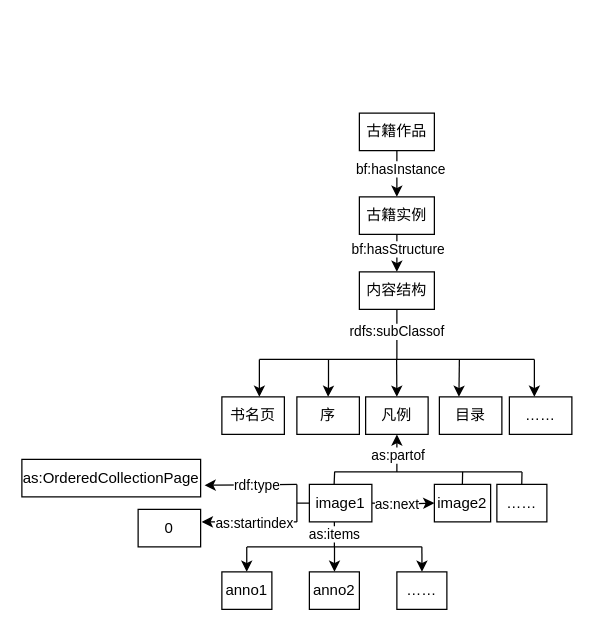
The draw.io diagram 未命名绘图.drawio in AzraelFuneral/JCZX_AssetTool, before the edit. Source tidied: cells renumbered, new cells numbered last; positions are measured from the earlier drawing's top-left corner, leaving out a move shared by most shapes. Both pictures are drawn from the tidied source at 125%, with x=0, y=0 at pixel (21, 112).
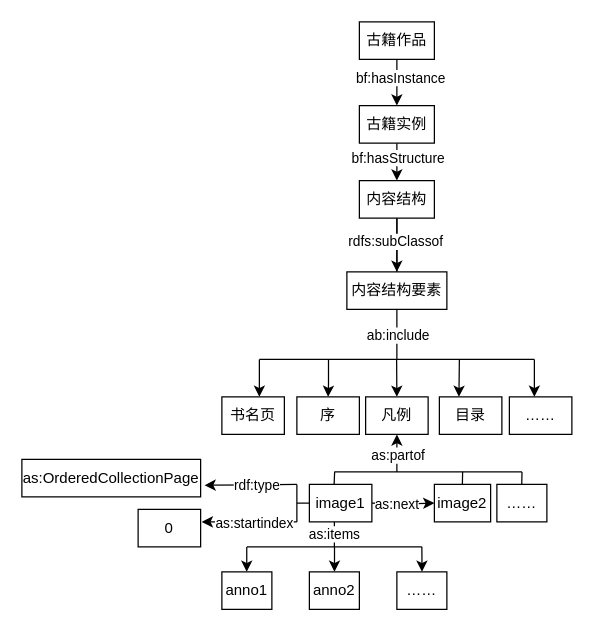
After the change.

Commit message:
更新未命名绘图.drawio

What changed in the source:
```diff
@@
     <mxCell id="4" value="古籍作品" style="rounded=0;whiteSpace=wrap;html=1;" parent="1" vertex="1">
-      <mxGeometry x="270" width="60" height="30" as="geometry" />
+      <mxGeometry x="270" y="-73" width="60" height="30" as="geometry" />
     </mxCell>
@@
     <mxCell id="7" value="古籍实例" style="rounded=0;whiteSpace=wrap;html=1;" parent="1" vertex="1">
-      <mxGeometry x="270" y="67" width="60" height="30" as="geometry" />
+      <mxGeometry x="270" y="-6" width="60" height="30" as="geometry" />
     </mxCell>
+    <mxCell id="50" style="edgeStyle=orthogonalEdgeStyle;rounded=0;jettySize=auto;html=1;" parent="1" edge="1" source="8" target="51">
+      <mxGeometry relative="1" as="geometry" />
+    </mxCell>
     <mxCell id="8" value="内容结构" style="rounded=0;whiteSpace=wrap;html=1;" parent="1" vertex="1">
-      <mxGeometry x="270" y="127" width="60" height="30" as="geometry" />
+      <mxGeometry x="270" y="54" width="60" height="30" as="geometry" />
     </mxCell>
@@
     <mxCell id="10" style="endArrow=none;html=1;rounded=0;entryX=0.5;entryY=1;entryDx=0;entryDy=0;" parent="1" edge="1" target="8">
       <mxGeometry relative="1" as="geometry">
-        <mxPoint x="300" y="197" as="sourcePoint" />
+        <mxPoint x="300" y="137" as="sourcePoint" />
       </mxGeometry>
     </mxCell>
     <mxCell id="11" value="rdfs:subClassof" style="edgeLabel;html=1;align=center;verticalAlign=middle;" parent="10" vertex="1">
-      <mxGeometry x="0.16" y="1" relative="1" as="geometry" />
+      <mxGeometry x="0.31" y="2" relative="1" as="geometry" />
     </mxCell>
@@
+    <mxCell id="51" value="内容结构要素" style="rounded=0;whiteSpace=wrap;html=1;" parent="1" vertex="1">
+      <mxGeometry x="260" y="127" width="80" height="30" as="geometry" />
+    </mxCell>
+    <mxCell id="52" style="endArrow=none;html=1;rounded=0;entryX=0.5;entryY=1;entryDx=0;entryDy=0;" parent="1" edge="1" target="51">
+      <mxGeometry relative="1" as="geometry">
+        <mxPoint x="300" y="197" as="sourcePoint" />
+      </mxGeometry>
+    </mxCell>
+    <mxCell id="53" value="ab:include" style="edgeLabel;html=1;align=center;verticalAlign=middle;" parent="52" vertex="1">
+      <mxGeometry x="-0.01" relative="1" as="geometry" />
+    </mxCell>
```
